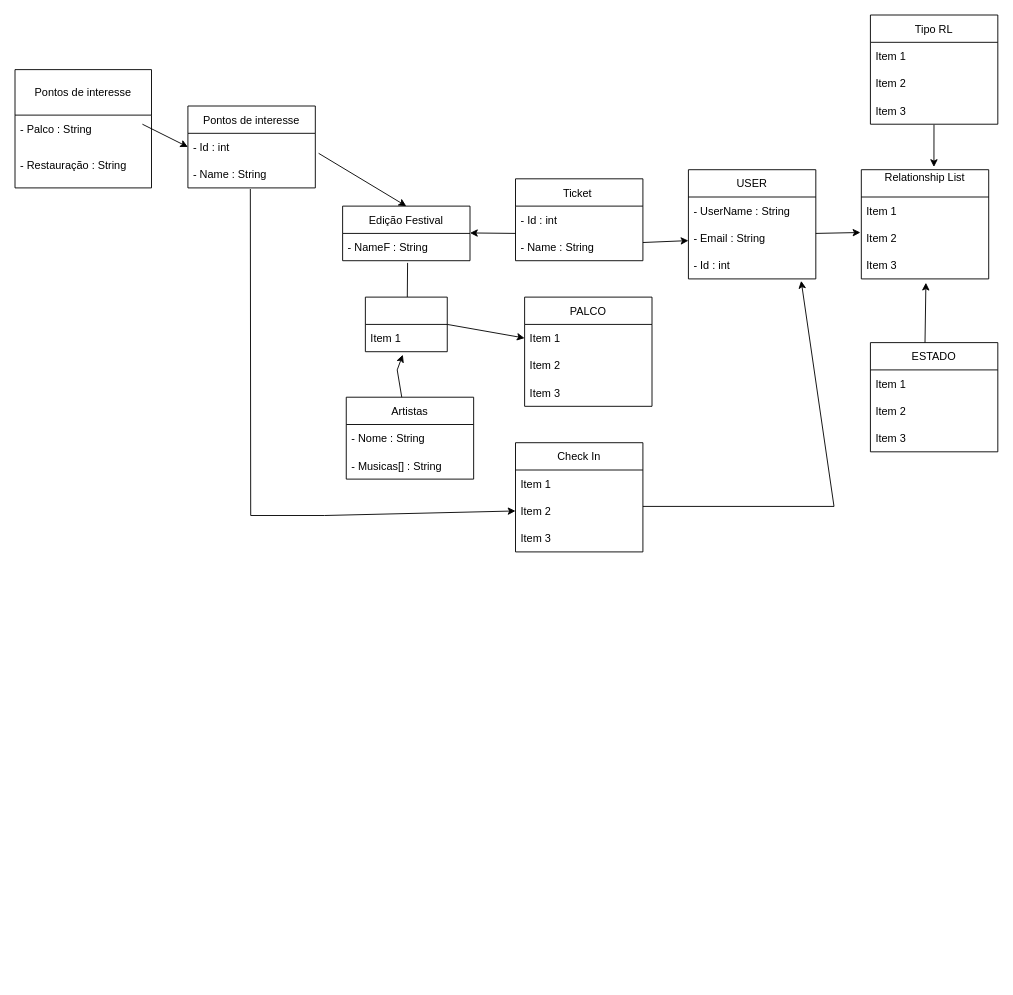
The draw.io diagram Untitled Diagram.drawio in joaobncarvalho/JustReady, before the edit. Source tidied: cells renumbered, new cells numbered last; positions are measured from the earlier drawing's top-left corner, leaving out a move shared by most shapes. Both pictures are drawn from the tidied source at 91%, with x=0, y=0 at pixel (15, 15).
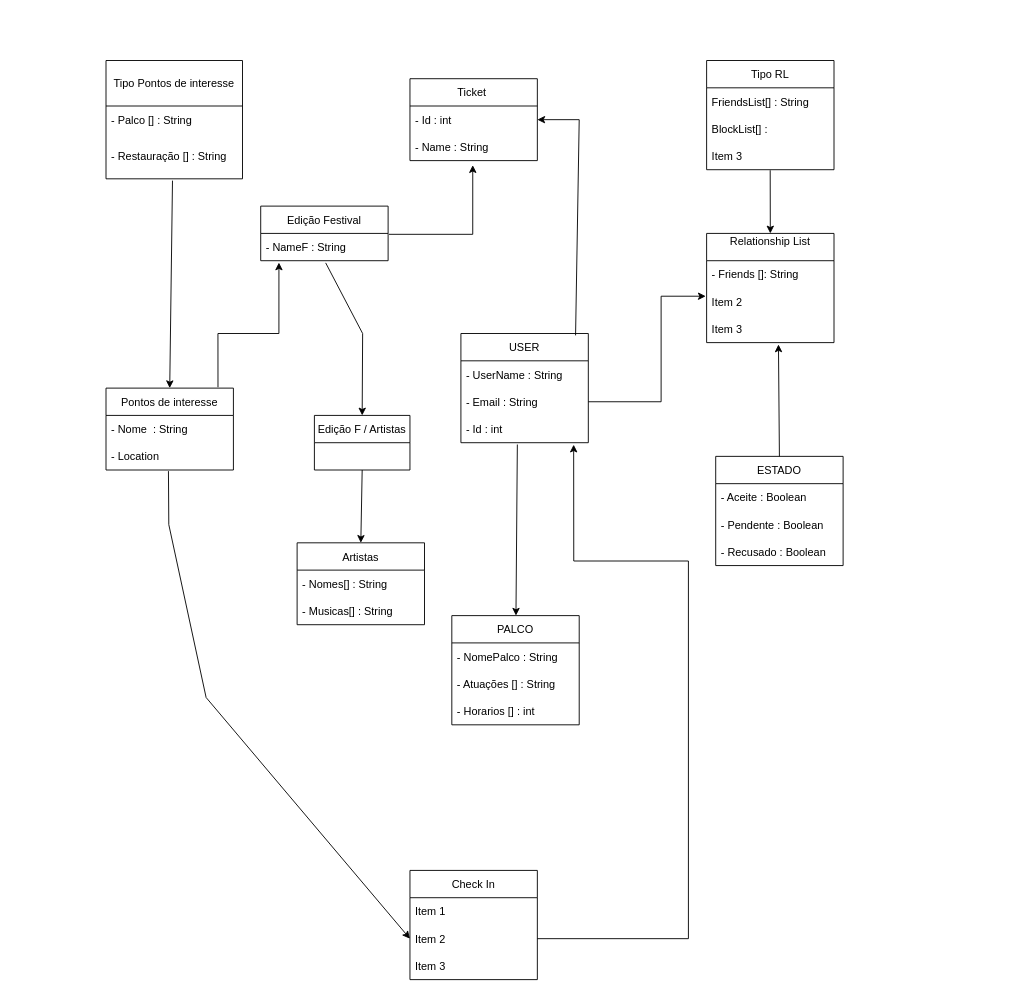
After the change.

Unchanged cells that the change refers to:
```xml
<mxCell id="4" value="- Email : String" style="text;strokeColor=none;fillColor=none;align=left;verticalAlign=middle;spacingLeft=4;spacingRight=4;overflow=hidden;points=[[0,0.5],[1,0.5]];portConstraint=eastwest;" parent="2" vertex="1">
  <mxGeometry y="60" width="140" height="30" as="geometry" />
</mxCell>
<mxCell id="5" value="- Id : int" style="text;strokeColor=none;fillColor=none;align=left;verticalAlign=middle;spacingLeft=4;spacingRight=4;overflow=hidden;points=[[0,0.5],[1,0.5]];portConstraint=eastwest;" parent="2" vertex="1">
  <mxGeometry y="90" width="140" height="30" as="geometry" />
</mxCell>
<mxCell id="7" value="- Id : int " style="text;strokeColor=none;fillColor=none;align=left;verticalAlign=middle;spacingLeft=4;spacingRight=4;overflow=hidden;points=[[0,0.5],[1,0.5]];portConstraint=eastwest;" parent="6" vertex="1">
  <mxGeometry y="30" width="140" height="30" as="geometry" />
</mxCell>
<mxCell id="8" value="- Name : String" style="text;strokeColor=none;fillColor=none;align=left;verticalAlign=middle;spacingLeft=4;spacingRight=4;overflow=hidden;points=[[0,0.5],[1,0.5]];portConstraint=eastwest;" parent="6" vertex="1">
  <mxGeometry y="60" width="140" height="30" as="geometry" />
</mxCell>
<mxCell id="10" value="- NameF : String" style="text;strokeColor=none;fillColor=none;align=left;verticalAlign=middle;spacingLeft=4;spacingRight=4;overflow=hidden;points=[[0,0.5],[1,0.5]];portConstraint=eastwest;" parent="9" vertex="1">
  <mxGeometry y="30" width="140" height="30" as="geometry" />
</mxCell>
<mxCell id="25" value="Item 2" style="text;strokeColor=none;fillColor=none;align=left;verticalAlign=middle;spacingLeft=4;spacingRight=4;overflow=hidden;points=[[0,0.5],[1,0.5]];portConstraint=eastwest;" parent="23" vertex="1">
  <mxGeometry y="60" width="140" height="30" as="geometry" />
</mxCell>
<mxCell id="31" value="Item 2" style="text;strokeColor=none;fillColor=none;align=left;verticalAlign=middle;spacingLeft=4;spacingRight=4;overflow=hidden;points=[[0,0.5],[1,0.5]];portConstraint=eastwest;" parent="29" vertex="1">
  <mxGeometry y="60" width="140" height="30" as="geometry" />
</mxCell>
<mxCell id="32" value="Item 3" style="text;strokeColor=none;fillColor=none;align=left;verticalAlign=middle;spacingLeft=4;spacingRight=4;overflow=hidden;points=[[0,0.5],[1,0.5]];portConstraint=eastwest;" parent="29" vertex="1">
  <mxGeometry y="90" width="140" height="30" as="geometry" />
</mxCell>
<mxCell id="36" value="Item 3" style="text;strokeColor=none;fillColor=none;align=left;verticalAlign=middle;spacingLeft=4;spacingRight=4;overflow=hidden;points=[[0,0.5],[1,0.5]];portConstraint=eastwest;" parent="33" vertex="1">
  <mxGeometry y="90" width="140" height="30" as="geometry" />
</mxCell>
```

The edit, as a diff of the source:
```diff
@@
     <mxCell id="2" value="USER" style="swimlane;fontStyle=0;horizontal=1;startSize=30;" parent="1" vertex="1">
-      <mxGeometry x="740" y="170" width="140" height="120" as="geometry" />
+      <mxGeometry x="490" y="350" width="140" height="120" as="geometry" />
     </mxCell>
@@
     <mxCell id="6" value="Ticket " style="swimlane;fontStyle=0;horizontal=1;startSize=30;" parent="1" vertex="1">
-      <mxGeometry x="550" y="180" width="140" height="90" as="geometry" />
+      <mxGeometry x="434" y="70" width="140" height="90" as="geometry" />
     </mxCell>
@@
     <mxCell id="9" value="Edição Festival" style="swimlane;fontStyle=0;horizontal=1;startSize=30;" parent="1" vertex="1">
-      <mxGeometry x="360" y="210" width="140" height="60" as="geometry" />
+      <mxGeometry x="270" y="210" width="140" height="60" as="geometry" />
     </mxCell>
@@
     <mxCell id="11" value="Pontos de interesse" style="swimlane;fontStyle=0;horizontal=1;startSize=30;" parent="1" vertex="1">
-      <mxGeometry x="190" y="100" width="140" height="90" as="geometry" />
+      <mxGeometry x="100" y="410" width="140" height="90" as="geometry" />
     </mxCell>
-    <mxCell id="12" value="- Id : int " style="text;strokeColor=none;fillColor=none;align=left;verticalAlign=middle;spacingLeft=4;spacingRight=4;overflow=hidden;points=[[0,0.5],[1,0.5]];portConstraint=eastwest;" parent="11" vertex="1">
+    <mxCell id="12" value="- Nome  : String  " style="text;strokeColor=none;fillColor=none;align=left;verticalAlign=middle;spacingLeft=4;spacingRight=4;overflow=hidden;points=[[0,0.5],[1,0.5]];portConstraint=eastwest;" parent="11" vertex="1">
       <mxGeometry y="30" width="140" height="30" as="geometry" />
     </mxCell>
-    <mxCell id="13" value="- Name : String" style="text;strokeColor=none;fillColor=none;align=left;verticalAlign=middle;spacingLeft=4;spacingRight=4;overflow=hidden;points=[[0,0.5],[1,0.5]];portConstraint=eastwest;" parent="11" vertex="1">
+    <mxCell id="13" value="- Location" style="text;strokeColor=none;fillColor=none;align=left;verticalAlign=middle;spacingLeft=4;spacingRight=4;overflow=hidden;points=[[0,0.5],[1,0.5]];portConstraint=eastwest;" parent="11" vertex="1">
       <mxGeometry y="60" width="140" height="30" as="geometry" />
     </mxCell>
-    <mxCell id="14" style="endArrow=classic;html=1;rounded=0;entryX=0.5;entryY=0;entryDx=0;entryDy=0;exitX=1.026;exitY=0.733;exitDx=0;exitDy=0;exitPerimeter=0;" parent="1" edge="1" source="12" target="9">
-      <mxGeometry relative="1" as="geometry" />
+    <mxCell id="14" style="endArrow=classic;html=1;rounded=0;entryX=0.143;entryY=1.067;entryDx=0;entryDy=0;exitX=0.879;exitY=-0.011;exitDx=0;exitDy=0;exitPerimeter=0;entryPerimeter=0;" parent="1" edge="1" source="11" target="10">
+      <mxGeometry relative="1" as="geometry">
+        <Array as="points">
+          <mxPoint x="223" y="350" />
+          <mxPoint x="290" y="350" />
+        </Array>
+      </mxGeometry>
     </mxCell>
-    <mxCell id="15" value="Pontos de interesse" style="swimlane;fontStyle=0;horizontal=1;startSize=50;" parent="1" vertex="1">
-      <mxGeometry y="60" width="150" height="130" as="geometry" />
+    <mxCell id="15" value="Tipo Pontos de interesse" style="swimlane;fontStyle=0;horizontal=1;startSize=50;" parent="1" vertex="1">
+      <mxGeometry x="100" y="50" width="150" height="130" as="geometry" />
     </mxCell>
-    <mxCell id="16" value="- Palco : String" style="text;strokeColor=none;fillColor=none;align=left;verticalAlign=middle;spacingLeft=4;spacingRight=4;overflow=hidden;" parent="15" vertex="1">
+    <mxCell id="16" value="- Palco [] : String" style="text;strokeColor=none;fillColor=none;align=left;verticalAlign=middle;spacingLeft=4;spacingRight=4;overflow=hidden;" parent="15" vertex="1">
       <mxGeometry y="50" width="150" height="30" as="geometry" />
     </mxCell>
-    <mxCell id="17" value="- Restauração : String" style="text;strokeColor=none;fillColor=none;align=left;verticalAlign=middle;spacingLeft=4;spacingRight=4;overflow=hidden;points=[[0,0.5],[1,0.5]];portConstraint=eastwest;" parent="15" vertex="1">
+    <mxCell id="17" value="- Restauração [] : String" style="text;strokeColor=none;fillColor=none;align=left;verticalAlign=middle;spacingLeft=4;spacingRight=4;overflow=hidden;points=[[0,0.5],[1,0.5]];portConstraint=eastwest;" parent="15" vertex="1">
       <mxGeometry y="80" width="150" height="50" as="geometry" />
     </mxCell>
-    <mxCell id="18" style="endArrow=classic;html=1;rounded=0;entryX=0;entryY=0.5;entryDx=0;entryDy=0;" parent="1" edge="1" target="12">
-      <mxGeometry relative="1" as="geometry">
-        <mxPoint x="140" y="120" as="sourcePoint" />
-      </mxGeometry>
+    <mxCell id="18" style="endArrow=classic;html=1;rounded=0;entryX=0.5;entryY=0;entryDx=0;entryDy=0;exitX=0.487;exitY=1.04;exitDx=0;exitDy=0;exitPerimeter=0;" parent="1" edge="1" source="17" target="11">
+      <mxGeometry relative="1" as="geometry" />
     </mxCell>
     <mxCell id="19" value="Artistas" style="swimlane;fontStyle=0;horizontal=1;startSize=30;" parent="1" vertex="1">
-      <mxGeometry x="364" y="420" width="140" height="90" as="geometry" />
+      <mxGeometry x="310" y="580" width="140" height="90" as="geometry" />
     </mxCell>
-    <mxCell id="20" value="- Nome : String" style="text;strokeColor=none;fillColor=none;align=left;verticalAlign=middle;spacingLeft=4;spacingRight=4;overflow=hidden;" parent="19" vertex="1">
+    <mxCell id="20" value="- Nomes[] : String" style="text;strokeColor=none;fillColor=none;align=left;verticalAlign=middle;spacingLeft=4;spacingRight=4;overflow=hidden;" parent="19" vertex="1">
       <mxGeometry y="30" width="140" height="30" as="geometry" />
     </mxCell>
@@
-    <mxCell id="22" style="endArrow=classic;html=1;rounded=0;exitX=0.51;exitY=1.08;exitDx=0;exitDy=0;exitPerimeter=0;" parent="1" edge="1" source="10">
+    <mxCell id="22" style="endArrow=classic;html=1;rounded=0;exitX=0.51;exitY=1.08;exitDx=0;exitDy=0;exitPerimeter=0;entryX=0.5;entryY=0;entryDx=0;entryDy=0;" parent="1" edge="1" source="10" target="50">
       <mxGeometry relative="1" as="geometry">
-        <mxPoint x="431" y="320" as="targetPoint" />
+        <Array as="points">
+          <mxPoint x="382" y="350" />
+        </Array>
       </mxGeometry>
     </mxCell>
     <mxCell id="23" value="Check In" style="swimlane;fontStyle=0;horizontal=1;startSize=30;" parent="1" vertex="1">
-      <mxGeometry x="550" y="470" width="140" height="120" as="geometry" />
+      <mxGeometry x="434" y="940" width="140" height="120" as="geometry" />
     </mxCell>
@@
     <mxCell id="27" style="endArrow=classic;html=1;rounded=0;exitX=0.49;exitY=1.04;exitDx=0;exitDy=0;exitPerimeter=0;entryX=0;entryY=0.5;entryDx=0;entryDy=0;" parent="1" edge="1" source="13" target="25">
       <mxGeometry relative="1" as="geometry">
         <Array as="points">
-          <mxPoint x="259" y="550" />
-          <mxPoint x="340" y="550" />
+          <mxPoint x="169" y="560" />
+          <mxPoint x="210" y="750" />
         </Array>
       </mxGeometry>
     </mxCell>
-    <mxCell id="28" style="endArrow=classic;html=1;rounded=0;entryX=0.885;entryY=1.071;entryDx=0;entryDy=0;entryPerimeter=0;" parent="1" edge="1" target="5">
+    <mxCell id="28" style="endArrow=classic;html=1;rounded=0;entryX=0.885;entryY=1.071;entryDx=0;entryDy=0;entryPerimeter=0;exitX=1;exitY=0.5;exitDx=0;exitDy=0;" parent="1" edge="1" source="25" target="5">
       <mxGeometry relative="1" as="geometry">
-        <mxPoint x="690" y="540" as="sourcePoint" />
         <Array as="points">
-          <mxPoint x="900" y="540" />
+          <mxPoint x="740" y="1015" />
+          <mxPoint x="740" y="700" />
+          <mxPoint x="740" y="600" />
+          <mxPoint x="614" y="600" />
         </Array>
       </mxGeometry>
     </mxCell>
     <mxCell id="29" value="Relationship List&#10;" style="swimlane;fontStyle=0;horizontal=1;startSize=30;" parent="1" vertex="1">
-      <mxGeometry x="930" y="170" width="140" height="120" as="geometry" />
+      <mxGeometry x="760" y="240" width="140" height="120" as="geometry" />
     </mxCell>
-    <mxCell id="30" value="Item 1" style="text;strokeColor=none;fillColor=none;align=left;verticalAlign=middle;spacingLeft=4;spacingRight=4;overflow=hidden;" parent="29" vertex="1">
+    <mxCell id="30" value="- Friends []: String " style="text;strokeColor=none;fillColor=none;align=left;verticalAlign=middle;spacingLeft=4;spacingRight=4;overflow=hidden;" parent="29" vertex="1">
       <mxGeometry y="30" width="140" height="30" as="geometry" />
     </mxCell>
@@
     <mxCell id="33" value="Tipo RL" style="swimlane;fontStyle=0;horizontal=1;startSize=30;" parent="1" vertex="1">
-      <mxGeometry x="940" width="140" height="120" as="geometry" />
+      <mxGeometry x="760" y="50" width="140" height="120" as="geometry" />
     </mxCell>
-    <mxCell id="34" value="Item 1" style="text;strokeColor=none;fillColor=none;align=left;verticalAlign=middle;spacingLeft=4;spacingRight=4;overflow=hidden;" parent="33" vertex="1">
+    <mxCell id="34" value="FriendsList[] : String " style="text;strokeColor=none;fillColor=none;align=left;verticalAlign=middle;spacingLeft=4;spacingRight=4;overflow=hidden;" parent="33" vertex="1">
       <mxGeometry y="30" width="140" height="30" as="geometry" />
     </mxCell>
-    <mxCell id="35" value="Item 2" style="text;strokeColor=none;fillColor=none;align=left;verticalAlign=middle;spacingLeft=4;spacingRight=4;overflow=hidden;" parent="33" vertex="1">
+    <mxCell id="35" value="BlockList[] : " style="text;strokeColor=none;fillColor=none;align=left;verticalAlign=middle;spacingLeft=4;spacingRight=4;overflow=hidden;" parent="33" vertex="1">
       <mxGeometry y="60" width="140" height="30" as="geometry" />
     </mxCell>
@@
     <mxCell id="37" value="ESTADO" style="swimlane;fontStyle=0;horizontal=1;startSize=30;" parent="1" vertex="1">
-      <mxGeometry x="940" y="360" width="140" height="120" as="geometry" />
+      <mxGeometry x="770" y="485" width="140" height="120" as="geometry" />
     </mxCell>
-    <mxCell id="38" value="Item 1" style="text;strokeColor=none;fillColor=none;align=left;verticalAlign=middle;spacingLeft=4;spacingRight=4;overflow=hidden;" parent="37" vertex="1">
+    <mxCell id="38" value="- Aceite : Boolean" style="text;strokeColor=none;fillColor=none;align=left;verticalAlign=middle;spacingLeft=4;spacingRight=4;overflow=hidden;" parent="37" vertex="1">
       <mxGeometry y="30" width="140" height="30" as="geometry" />
     </mxCell>
-    <mxCell id="39" value="Item 2" style="text;strokeColor=none;fillColor=none;align=left;verticalAlign=middle;spacingLeft=4;spacingRight=4;overflow=hidden;" parent="37" vertex="1">
+    <mxCell id="39" value="- Pendente : Boolean " style="text;strokeColor=none;fillColor=none;align=left;verticalAlign=middle;spacingLeft=4;spacingRight=4;overflow=hidden;" parent="37" vertex="1">
       <mxGeometry y="60" width="140" height="30" as="geometry" />
     </mxCell>
-    <mxCell id="40" value="Item 3" style="text;strokeColor=none;fillColor=none;align=left;verticalAlign=middle;spacingLeft=4;spacingRight=4;overflow=hidden;" parent="37" vertex="1">
+    <mxCell id="40" value="- Recusado : Boolean" style="text;strokeColor=none;fillColor=none;align=left;verticalAlign=middle;spacingLeft=4;spacingRight=4;overflow=hidden;" parent="37" vertex="1">
       <mxGeometry y="90" width="140" height="30" as="geometry" />
     </mxCell>
-    <mxCell id="41" style="endArrow=classic;html=1;rounded=0;" parent="1" edge="1" target="4">
-      <mxGeometry relative="1" as="geometry">
-        <mxPoint x="690" y="250" as="sourcePoint" />
-      </mxGeometry>
-    </mxCell>
-    <mxCell id="42" style="endArrow=classic;html=1;rounded=0;entryX=0.507;entryY=1.14;entryDx=0;entryDy=0;entryPerimeter=0;" parent="1" edge="1" target="32">
-      <mxGeometry relative="1" as="geometry">
-        <mxPoint x="1000" y="360" as="sourcePoint" />
-      </mxGeometry>
+    <mxCell id="42" style="endArrow=classic;html=1;rounded=0;entryX=0.564;entryY=1.067;entryDx=0;entryDy=0;entryPerimeter=0;exitX=0.5;exitY=0;exitDx=0;exitDy=0;" parent="1" edge="1" source="37" target="32">
+      <mxGeometry relative="1" as="geometry" />
     </mxCell>
-    <mxCell id="43" style="endArrow=classic;html=1;rounded=0;entryX=0.57;entryY=-0.025;entryDx=0;entryDy=0;entryPerimeter=0;exitX=0.499;exitY=1.02;exitDx=0;exitDy=0;exitPerimeter=0;" parent="1" edge="1" source="36" target="29">
+    <mxCell id="43" style="endArrow=classic;html=1;rounded=0;entryX=0.5;entryY=0;entryDx=0;entryDy=0;exitX=0.499;exitY=1.02;exitDx=0;exitDy=0;exitPerimeter=0;" parent="1" edge="1" source="36" target="29">
       <mxGeometry relative="1" as="geometry" />
     </mxCell>
-    <mxCell id="44" style="endArrow=classic;html=1;rounded=0;entryX=-0.007;entryY=0.3;entryDx=0;entryDy=0;entryPerimeter=0;" parent="1" edge="1" target="31">
+    <mxCell id="44" style="endArrow=classic;html=1;rounded=0;entryX=-0.007;entryY=0.3;entryDx=0;entryDy=0;entryPerimeter=0;exitX=1;exitY=0.5;exitDx=0;exitDy=0;" parent="1" edge="1" source="4" target="31">
       <mxGeometry relative="1" as="geometry">
-        <mxPoint x="880" y="240" as="sourcePoint" />
+        <Array as="points">
+          <mxPoint x="710" y="425" />
+          <mxPoint x="710" y="309" />
+        </Array>
       </mxGeometry>
     </mxCell>
-    <mxCell id="45" style="endArrow=classic;html=1;rounded=0;" parent="1" edge="1">
+    <mxCell id="45" style="endArrow=classic;html=1;rounded=0;exitX=0.9;exitY=0.017;exitDx=0;exitDy=0;entryX=1;entryY=0.5;entryDx=0;entryDy=0;exitPerimeter=0;" parent="1" edge="1" source="2" target="7">
       <mxGeometry relative="1" as="geometry">
-        <mxPoint x="550" y="240" as="sourcePoint" />
-        <mxPoint x="500" y="239.5" as="targetPoint" />
+        <Array as="points">
+          <mxPoint x="620" y="115" />
+        </Array>
       </mxGeometry>
     </mxCell>
     <mxCell id="46" value="PALCO" style="swimlane;fontStyle=0;horizontal=1;startSize=30;" parent="1" vertex="1">
-      <mxGeometry x="560" y="310" width="140" height="120" as="geometry" />
+      <mxGeometry x="480" y="660" width="140" height="120" as="geometry" />
     </mxCell>
-    <mxCell id="47" value="Item 1" style="text;strokeColor=none;fillColor=none;align=left;verticalAlign=middle;spacingLeft=4;spacingRight=4;overflow=hidden;points=[[0,0.5],[1,0.5]];portConstraint=eastwest;" parent="46" vertex="1">
+    <mxCell id="47" value="- NomePalco : String" style="text;strokeColor=none;fillColor=none;align=left;verticalAlign=middle;spacingLeft=4;spacingRight=4;overflow=hidden;points=[[0,0.5],[1,0.5]];portConstraint=eastwest;" parent="46" vertex="1">
       <mxGeometry y="30" width="140" height="30" as="geometry" />
     </mxCell>
-    <mxCell id="48" value="Item 2" style="text;strokeColor=none;fillColor=none;align=left;verticalAlign=middle;spacingLeft=4;spacingRight=4;overflow=hidden;" parent="46" vertex="1">
+    <mxCell id="48" value="- Atuações [] : String" style="text;strokeColor=none;fillColor=none;align=left;verticalAlign=middle;spacingLeft=4;spacingRight=4;overflow=hidden;" parent="46" vertex="1">
       <mxGeometry y="60" width="140" height="30" as="geometry" />
     </mxCell>
-    <mxCell id="49" value="Item 3" style="text;strokeColor=none;fillColor=none;align=left;verticalAlign=middle;spacingLeft=4;spacingRight=4;overflow=hidden;" parent="46" vertex="1">
+    <mxCell id="49" value="- Horarios [] : int " style="text;strokeColor=none;fillColor=none;align=left;verticalAlign=middle;spacingLeft=4;spacingRight=4;overflow=hidden;" parent="46" vertex="1">
       <mxGeometry y="90" width="140" height="30" as="geometry" />
     </mxCell>
-    <mxCell id="50" style="swimlane;fontStyle=0;horizontal=1;startSize=30;" parent="1" vertex="1">
-      <mxGeometry x="385" y="310" width="90" height="60" as="geometry" />
+    <mxCell id="50" value="Edição F / Artistas" style="swimlane;fontStyle=0;horizontal=1;startSize=30;" parent="1" vertex="1">
+      <mxGeometry x="329" y="440" width="105" height="60" as="geometry" />
     </mxCell>
-    <mxCell id="51" value="Item 1" style="text;strokeColor=none;fillColor=none;align=left;verticalAlign=middle;spacingLeft=4;spacingRight=4;overflow=hidden;points=[[0,0.5],[1,0.5]];portConstraint=eastwest;" parent="50" vertex="1">
-      <mxGeometry y="30" width="90" height="30" as="geometry" />
-    </mxCell>
-    <mxCell id="52" style="endArrow=classic;html=1;rounded=0;entryX=0.457;entryY=1.11;entryDx=0;entryDy=0;entryPerimeter=0;" parent="1" edge="1" target="51">
-      <mxGeometry relative="1" as="geometry">
-        <mxPoint x="425" y="420" as="sourcePoint" />
-        <Array as="points">
-          <mxPoint x="420" y="390" />
-        </Array>
-      </mxGeometry>
+    <mxCell id="52" style="endArrow=classic;html=1;rounded=0;entryX=0.5;entryY=0;entryDx=0;entryDy=0;exitX=0.5;exitY=1;exitDx=0;exitDy=0;" parent="1" edge="1" source="50" target="19">
+      <mxGeometry relative="1" as="geometry" />
     </mxCell>
-    <mxCell id="53" style="endArrow=classic;html=1;rounded=0;entryX=0;entryY=0.5;entryDx=0;entryDy=0;" parent="1" edge="1" target="47">
-      <mxGeometry relative="1" as="geometry">
-        <mxPoint x="475" y="340" as="sourcePoint" />
-      </mxGeometry>
+    <mxCell id="53" style="endArrow=classic;html=1;rounded=0;exitX=0.443;exitY=1.067;exitDx=0;exitDy=0;exitPerimeter=0;" parent="1" edge="1" source="5" target="46">
+      <mxGeometry relative="1" as="geometry" />
     </mxCell>
+    <mxCell id="54" style="endArrow=classic;html=1;rounded=0;exitX=1.007;exitY=0.033;exitDx=0;exitDy=0;exitPerimeter=0;entryX=0.493;entryY=1.167;entryDx=0;entryDy=0;entryPerimeter=0;" parent="1" edge="1" source="10" target="8">
+      <mxGeometry relative="1" as="geometry">
+        <Array as="points">
+          <mxPoint x="503" y="241" />
+        </Array>
+      </mxGeometry>
+    </mxCell>
```
